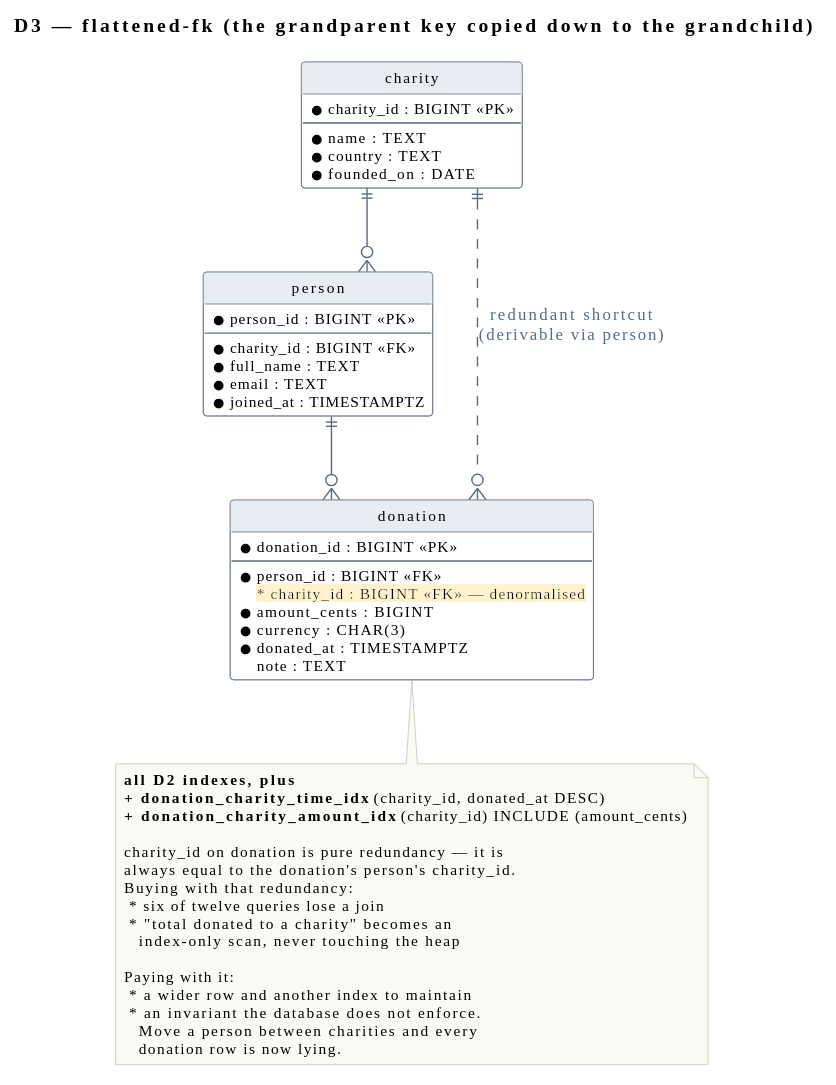
Earlier version of the PlantUML export studies/01-charity-tree/diagrams/rendered/d3_flattened_fk.svg (xiles84/architecture_design_studies). The source it was exported from:
```plantuml
@startuml
!include _style.puml
title D3 — flattened-fk  (the grandparent key copied down to the grandchild)

entity "charity" as c {
  * charity_id : BIGINT <<PK>>
  --
  * name : TEXT
  * country : TEXT
  * founded_on : DATE
}
entity "person" as p {
  * person_id : BIGINT <<PK>>
  --
  * charity_id : BIGINT <<FK>>
  * full_name : TEXT
  * email : TEXT
  * joined_at : TIMESTAMPTZ
}
entity "donation" as d {
  * donation_id : BIGINT <<PK>>
  --
  * person_id : BIGINT <<FK>>
  <back:#FFF3CD>* charity_id : BIGINT <<FK>> — denormalised</back>
  * amount_cents : BIGINT
  * currency : CHAR(3)
  * donated_at : TIMESTAMPTZ
  note : TEXT
}
c ||--o{ p
p ||--o{ d
c ||..o{ d : "redundant shortcut\n(derivable via person)"

note bottom of d
  **all D2 indexes, plus**
  **+ donation_charity_time_idx** (charity_id, donated_at DESC)
  **+ donation_charity_amount_idx** (charity_id) INCLUDE (amount_cents)

  charity_id on donation is pure redundancy — it is
  always equal to the donation's person's charity_id.
  Buying with that redundancy:
   * six of twelve queries lose a join
   * "total donated to a charity" becomes an
     index-only scan, never touching the heap

  Paying with it:
   * a wider row and another index to maintain
   * an invariant the database does not enforce.
     Move a person between charities and every
     donation row is now lying.
end note
@enduml
```
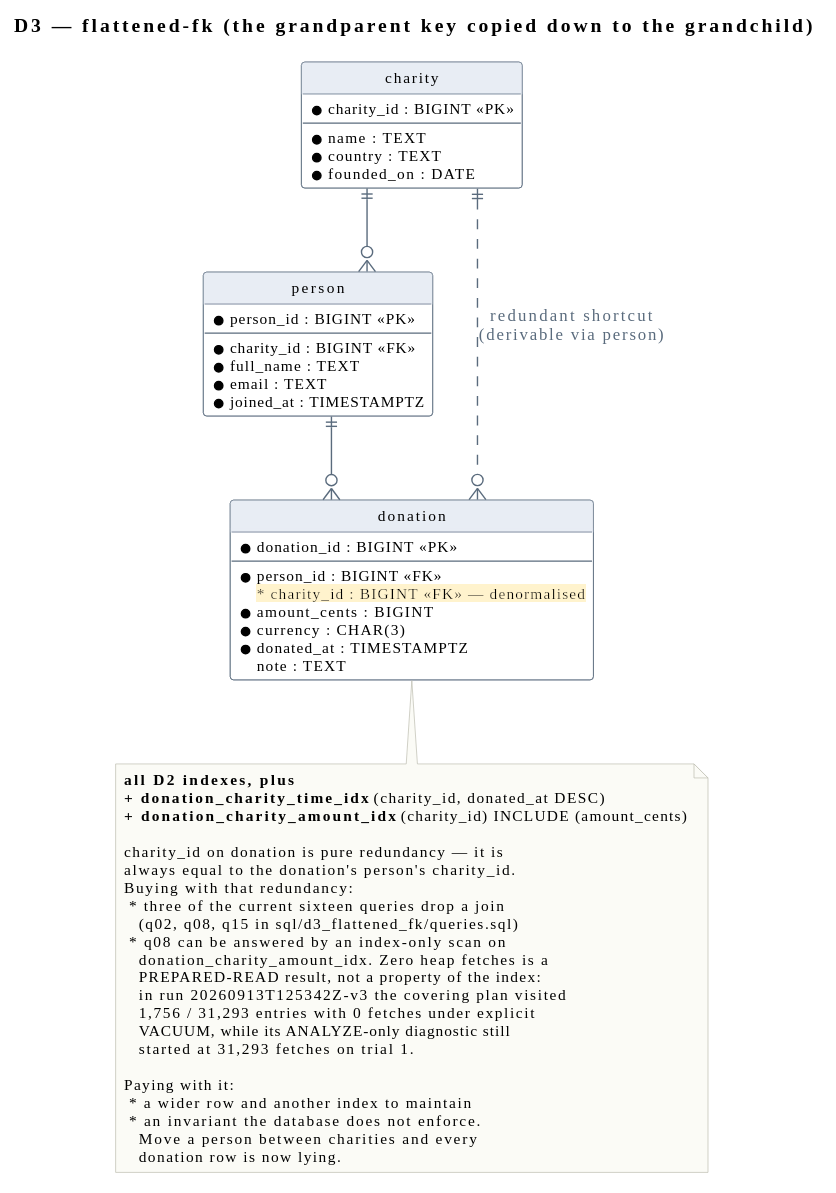
After the change.

Commit message:
Audit committed diagram sources; scope the D3 heap claim

Diff of the diagram source:
```diff
@@ -39,9 +39,15 @@
   charity_id on donation is pure redundancy — it is
   always equal to the donation's person's charity_id.
   Buying with that redundancy:
-   * six of twelve queries lose a join
-   * "total donated to a charity" becomes an
-     index-only scan, never touching the heap
+   * three of the current sixteen queries drop a join
+     (q02, q08, q15 in sql/d3_flattened_fk/queries.sql)
+   * q08 can be answered by an index-only scan on
+     donation_charity_amount_idx. Zero heap fetches is a
+     PREPARED-READ result, not a property of the index:
+     in run 20260913T125342Z-v3 the covering plan visited
+     1,756 / 31,293 entries with 0 fetches under explicit
+     VACUUM, while its ANALYZE-only diagnostic still
+     started at 31,293 fetches on trial 1.
 
   Paying with it:
    * a wider row and another index to maintain
```
